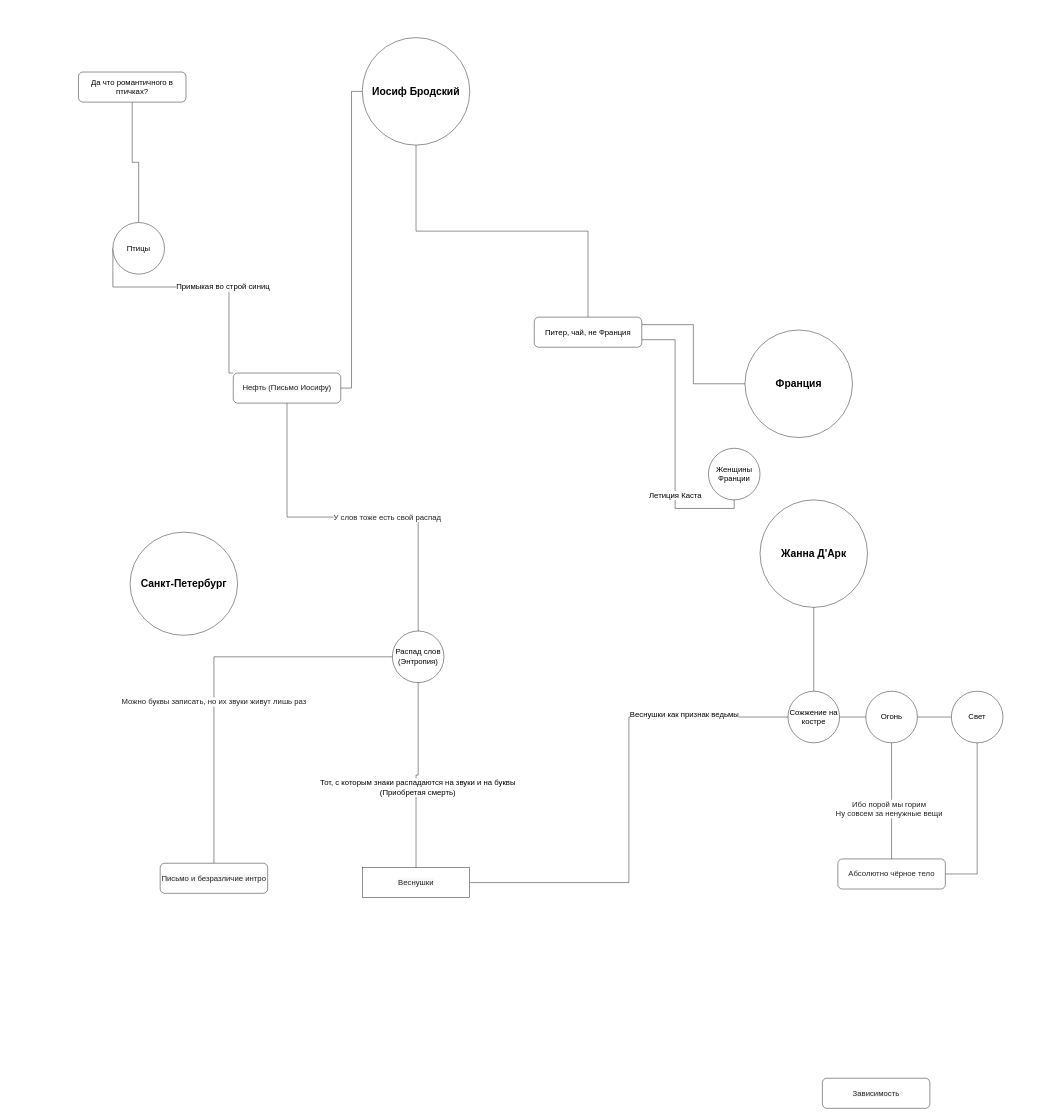
Earlier version of the draw.io diagram Untitled Diagram.drawio (RainDreamerX/pyrokinesis). Source tidied: cells renumbered, new cells numbered last; positions are measured from the earlier drawing's top-left corner, leaving out a move shared by most shapes. Both pictures are drawn from the tidied source at 43%, with x=0, y=0 at pixel (78, 37).
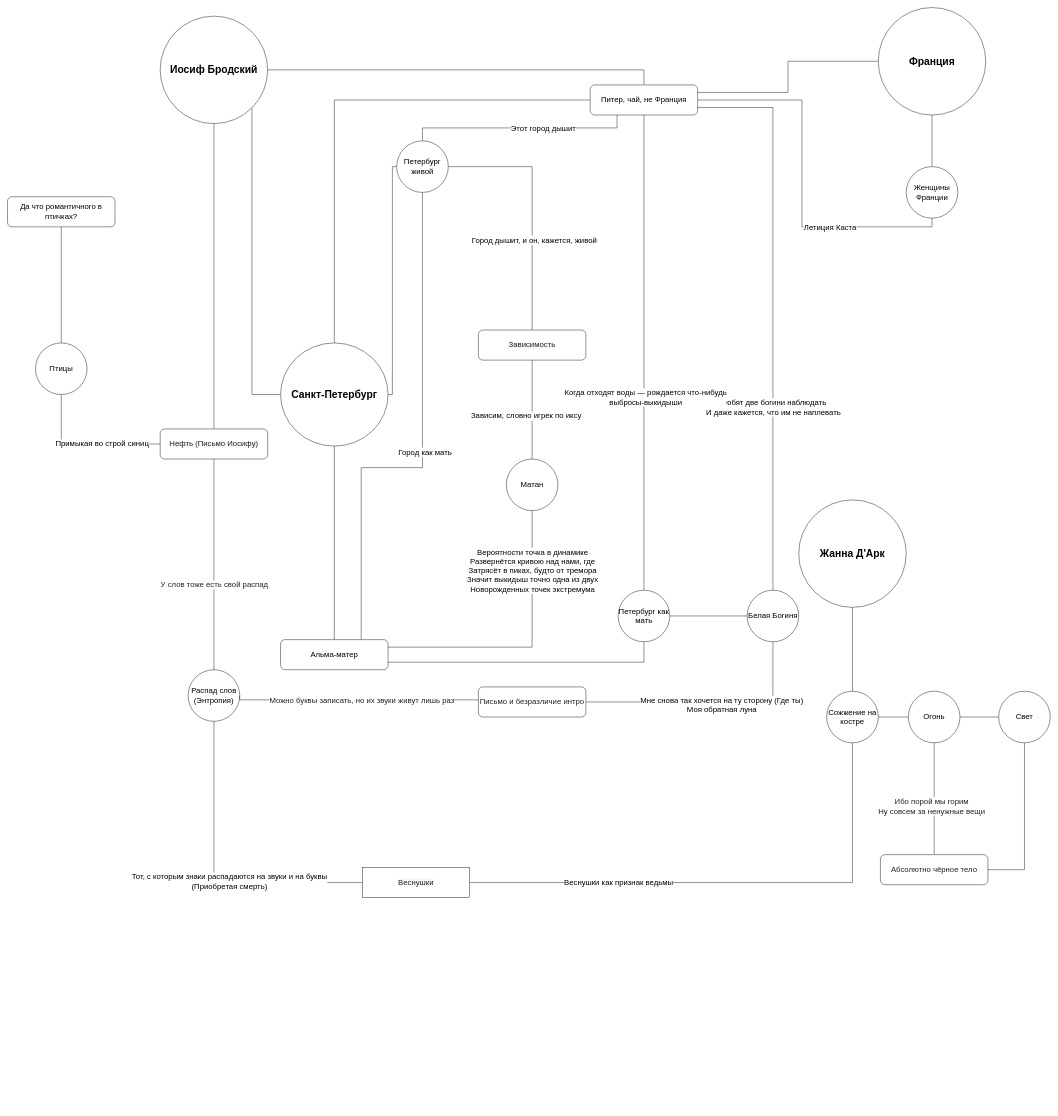
After the change.

The change refers to these unchanged cells:
```xml
<mxCell id="15" value="&lt;font size=&quot;1&quot;&gt;&lt;span style=&quot;color: rgb(34 , 34 , 34) ; font-family: &amp;#34;programme&amp;#34; , &amp;#34;arial&amp;#34; , sans-serif ; background-color: rgb(247 , 247 , 247) ; font-size: 18px&quot;&gt;Веснушки&lt;/span&gt;&lt;/font&gt;" style="rounded=1;whiteSpace=wrap;html=1;arcSize=0;" parent="1" vertex="1">
  <mxGeometry x="660" y="1930" width="250" height="70" as="geometry" />
</mxCell>
```

Diff of the diagram source:
```diff
@@
+    <mxCell id="41" style="edgeStyle=orthogonalEdgeStyle;rounded=0;jettySize=auto;html=1;entryX=0;entryY=0.5;entryDx=0;entryDy=0;endArrow=none;endFill=0;exitX=0.5;exitY=0;exitDx=0;exitDy=0;" parent="1" edge="1" source="2" target="39">
+      <mxGeometry relative="1" as="geometry" />
+    </mxCell>
+    <mxCell id="42" style="edgeStyle=orthogonalEdgeStyle;rounded=0;jettySize=auto;html=1;entryX=1;entryY=1;entryDx=0;entryDy=0;endArrow=none;endFill=0;" parent="1" edge="1" source="2" target="3">
+      <mxGeometry relative="1" as="geometry" />
+    </mxCell>
     <mxCell id="2" value="&lt;b&gt;&lt;font style=&quot;font-size: 24px&quot;&gt;Санкт-Петербург&lt;/font&gt;&lt;/b&gt;" style="ellipse;whiteSpace=wrap;html=1;" parent="1" vertex="1">
-      <mxGeometry x="120" y="1150" width="250" height="240" as="geometry" />
+      <mxGeometry x="470" y="710" width="250" height="240" as="geometry" />
     </mxCell>
     <mxCell id="3" value="&lt;b&gt;&lt;font style=&quot;font-size: 24px&quot;&gt;Иосиф Бродский&lt;/font&gt;&lt;/b&gt;" style="ellipse;whiteSpace=wrap;html=1;" parent="1" vertex="1">
-      <mxGeometry x="660" width="250" height="250" as="geometry" />
+      <mxGeometry x="190" y="-50" width="250" height="250" as="geometry" />
     </mxCell>
@@
     <mxCell id="5" value="&lt;b&gt;&lt;font style=&quot;font-size: 24px&quot;&gt;Франция&lt;/font&gt;&lt;/b&gt;" style="ellipse;whiteSpace=wrap;html=1;" parent="1" vertex="1">
-      <mxGeometry x="1550" y="680" width="250" height="250" as="geometry" />
+      <mxGeometry x="1860" y="-70" width="250" height="250" as="geometry" />
     </mxCell>
     <mxCell id="6" value="&lt;b&gt;&lt;font style=&quot;font-size: 24px&quot;&gt;Жанна Д'Арк&lt;/font&gt;&lt;/b&gt;" style="ellipse;whiteSpace=wrap;html=1;" parent="1" vertex="1">
-      <mxGeometry x="1585" y="1075" width="250" height="250" as="geometry" />
+      <mxGeometry x="1675" y="1075" width="250" height="250" as="geometry" />
     </mxCell>
     <mxCell id="7" value="&lt;font style=&quot;font-size: 18px&quot;&gt;Распад слов (Энтропия)&lt;/font&gt;" style="ellipse;whiteSpace=wrap;html=1;" parent="1" vertex="1">
-      <mxGeometry x="730" y="1380" width="120" height="120" as="geometry" />
+      <mxGeometry x="255" y="1470" width="120" height="120" as="geometry" />
     </mxCell>
-    <mxCell id="8" style="edgeStyle=orthogonalEdgeStyle;rounded=0;jettySize=auto;html=1;entryX=0;entryY=0.5;entryDx=0;entryDy=0;endArrow=none;endFill=0;exitX=0.5;exitY=0;exitDx=0;exitDy=0;" parent="1" edge="1" source="10" target="7">
-      <mxGeometry relative="1" as="geometry" />
+    <mxCell id="8" style="edgeStyle=orthogonalEdgeStyle;rounded=0;jettySize=auto;html=1;entryX=1;entryY=0.5;entryDx=0;entryDy=0;endArrow=none;endFill=0;exitX=0;exitY=0.5;exitDx=0;exitDy=0;" parent="1" edge="1" source="10" target="7">
+      <mxGeometry relative="1" as="geometry">
+        <Array as="points">
+          <mxPoint x="1040" y="1540" />
+          <mxPoint x="375" y="1540" />
+        </Array>
+      </mxGeometry>
     </mxCell>
     <mxCell id="9" value="&lt;span style=&quot;color: rgb(34 , 34 , 34) ; font-family: &amp;#34;programme&amp;#34; , &amp;#34;arial&amp;#34; , sans-serif ; font-size: 18px&quot;&gt;Можно буквы записать, но их звуки живут лишь раз&lt;/span&gt;" style="edgeLabel;html=1;align=center;verticalAlign=middle;" parent="8" vertex="1">
-      <mxGeometry x="-0.16" y="1" relative="1" as="geometry" />
+      <mxGeometry x="-0.16" y="1" relative="1" as="geometry">
+        <mxPoint x="-165" y="-1" as="offset" />
+      </mxGeometry>
     </mxCell>
+    <mxCell id="43" style="edgeStyle=orthogonalEdgeStyle;rounded=0;jettySize=auto;html=1;entryX=0.5;entryY=1;entryDx=0;entryDy=0;endArrow=none;endFill=0;" parent="1" edge="1" source="10" target="57">
+      <mxGeometry relative="1" as="geometry" />
+    </mxCell>
+    <mxCell id="44" value="&lt;div&gt;&lt;span style=&quot;font-size: 18px&quot;&gt;Мне снова так хочется на ту сторону (Где ты)&lt;/span&gt;&lt;/div&gt;&lt;div&gt;&lt;span style=&quot;font-size: 18px&quot;&gt;Моя обратная луна&lt;/span&gt;&lt;/div&gt;" style="edgeLabel;html=1;align=center;verticalAlign=middle;" parent="43" vertex="1">
+      <mxGeometry x="0.1" y="-6" relative="1" as="geometry">
+        <mxPoint x="-1" as="offset" />
+      </mxGeometry>
+    </mxCell>
-    <mxCell id="10" value="&lt;font size=&quot;1&quot;&gt;&lt;span style=&quot;color: rgb(34 , 34 , 34) ; font-family: &amp;#34;programme&amp;#34; , &amp;#34;arial&amp;#34; , sans-serif ; background-color: rgb(247 , 247 , 247) ; font-size: 18px&quot;&gt;Письмо и безразличие интро&lt;/span&gt;&lt;/font&gt;" style="rounded=1;whiteSpace=wrap;html=1;" parent="1" vertex="1">
-      <mxGeometry x="190" y="1920" width="250" height="70" as="geometry" />
+    <mxCell id="10" value="&lt;font size=&quot;1&quot;&gt;&lt;span style=&quot;color: rgb(34 , 34 , 34) ; font-family: &amp;#34;programme&amp;#34; , &amp;#34;arial&amp;#34; , sans-serif ; font-size: 18px ; background-color: rgb(255 , 255 , 255)&quot;&gt;Письмо и безразличие интро&lt;/span&gt;&lt;/font&gt;" style="rounded=1;whiteSpace=wrap;html=1;" parent="1" vertex="1">
+      <mxGeometry x="930" y="1510" width="250" height="70" as="geometry" />
     </mxCell>
-    <mxCell id="11" style="edgeStyle=orthogonalEdgeStyle;rounded=0;jettySize=auto;html=1;exitX=0.5;exitY=0;exitDx=0;exitDy=0;endArrow=none;endFill=0;" parent="1" edge="1" source="15" target="7">
+    <mxCell id="11" style="edgeStyle=orthogonalEdgeStyle;rounded=0;jettySize=auto;html=1;exitX=0;exitY=0.5;exitDx=0;exitDy=0;endArrow=none;endFill=0;" parent="1" edge="1" source="15" target="7">
       <mxGeometry relative="1" as="geometry" />
     </mxCell>
@@
-    <mxCell id="13" style="edgeStyle=orthogonalEdgeStyle;rounded=0;jettySize=auto;html=1;entryX=0.5;entryY=1;entryDx=0;entryDy=0;endArrow=none;endFill=0;" parent="1" edge="1" source="15" target="30">
+    <mxCell id="13" style="edgeStyle=orthogonalEdgeStyle;rounded=0;jettySize=auto;html=1;entryX=1;entryY=0.5;entryDx=0;entryDy=0;endArrow=none;endFill=0;" parent="1" edge="1" source="15" target="30">
       <mxGeometry relative="1" as="geometry" />
     </mxCell>
-    <mxCell id="14" value="&lt;font style=&quot;font-size: 18px&quot;&gt;Веснушки как признак ведьмы&lt;/font&gt;" style="edgeLabel;html=1;align=center;verticalAlign=middle;" parent="13" vertex="1">
-      <mxGeometry x="0.57" y="6" relative="1" as="geometry">
-        <mxPoint y="-1" as="offset" />
+    <mxCell id="14" value="&lt;span style=&quot;font-size: 18px&quot;&gt;Веснушки как признак ведьмы&lt;/span&gt;" style="edgeLabel;html=1;align=center;verticalAlign=middle;" parent="13" vertex="1">
+      <mxGeometry x="-0.43" y="-4" relative="1" as="geometry">
+        <mxPoint x="-1" y="-4" as="offset" />
       </mxGeometry>
     </mxCell>
@@
     <mxCell id="19" value="&lt;font color=&quot;#222222&quot; face=&quot;programme, arial, sans-serif&quot; style=&quot;font-size: 18px&quot;&gt;Абсолютно чёрное тело&lt;/font&gt;" style="rounded=1;whiteSpace=wrap;html=1;" parent="1" vertex="1">
-      <mxGeometry x="1766" y="1910" width="250" height="70" as="geometry" />
+      <mxGeometry x="1865" y="1900" width="250" height="70" as="geometry" />
     </mxCell>
+    <mxCell id="45" style="edgeStyle=orthogonalEdgeStyle;rounded=0;jettySize=auto;html=1;entryX=0;entryY=0.5;entryDx=0;entryDy=0;endArrow=none;endFill=0;" parent="1" edge="1" source="20" target="64">
+      <mxGeometry relative="1" as="geometry" />
+    </mxCell>
+    <mxCell id="46" value="&lt;font style=&quot;font-size: 18px&quot;&gt;Зависим, словно игрек по иксу&lt;/font&gt;" style="edgeLabel;html=1;align=center;verticalAlign=middle;" parent="45" vertex="1">
+      <mxGeometry x="0.13" y="-1" relative="1" as="geometry">
+        <mxPoint x="-14" y="-1" as="offset" />
+      </mxGeometry>
+    </mxCell>
+    <mxCell id="47" style="edgeStyle=orthogonalEdgeStyle;rounded=0;jettySize=auto;html=1;entryX=1;entryY=0.5;entryDx=0;entryDy=0;endArrow=none;endFill=0;exitX=0.5;exitY=0;exitDx=0;exitDy=0;" parent="1" edge="1" source="20" target="68">
+      <mxGeometry relative="1" as="geometry" />
+    </mxCell>
+    <mxCell id="48" value="&lt;font style=&quot;font-size: 18px&quot;&gt;Город дышит, и он, кажется, живой&lt;/font&gt;" style="edgeLabel;html=1;align=center;verticalAlign=middle;" parent="47" vertex="1">
+      <mxGeometry x="0.58" y="6" relative="1" as="geometry">
+        <mxPoint x="78.3" y="164" as="offset" />
+      </mxGeometry>
+    </mxCell>
     <mxCell id="20" value="&lt;font color=&quot;#222222&quot; face=&quot;programme, arial, sans-serif&quot;&gt;&lt;span style=&quot;background-color: rgb(247 , 247 , 247)&quot;&gt;&lt;font style=&quot;font-size: 18px&quot;&gt;Зависимость&lt;/font&gt;&lt;br&gt;&lt;/span&gt;&lt;/font&gt;" style="rounded=1;whiteSpace=wrap;html=1;" parent="1" vertex="1">
-      <mxGeometry x="1730" y="2420" width="250" height="70" as="geometry" />
+      <mxGeometry x="930" y="680" width="250" height="70" as="geometry" />
     </mxCell>
@@
     <mxCell id="22" value="&lt;font style=&quot;font-size: 18px&quot;&gt;Да что романтичного в птичках?&lt;/font&gt;" style="rounded=1;whiteSpace=wrap;html=1;" parent="1" vertex="1">
-      <mxGeometry y="80" width="250" height="70" as="geometry" />
+      <mxGeometry x="-165" y="370" width="250" height="70" as="geometry" />
     </mxCell>
@@
-    <mxCell id="25" style="edgeStyle=orthogonalEdgeStyle;rounded=0;jettySize=auto;html=1;exitX=1;exitY=0.5;exitDx=0;exitDy=0;entryX=0;entryY=0.5;entryDx=0;entryDy=0;endArrow=none;endFill=0;" parent="1" edge="1" source="26" target="3">
+    <mxCell id="25" style="edgeStyle=orthogonalEdgeStyle;rounded=0;jettySize=auto;html=1;exitX=0.5;exitY=0;exitDx=0;exitDy=0;entryX=0.5;entryY=1;entryDx=0;entryDy=0;endArrow=none;endFill=0;" parent="1" edge="1" source="26" target="3">
       <mxGeometry relative="1" as="geometry" />
     </mxCell>
     <mxCell id="26" value="&lt;font color=&quot;#222222&quot; face=&quot;programme, arial, sans-serif&quot;&gt;&lt;span style=&quot;background-color: rgb(247 , 247 , 247)&quot;&gt;&lt;font style=&quot;font-size: 18px&quot;&gt;Нефть (Письмо Иосифу)&lt;/font&gt;&lt;br&gt;&lt;/span&gt;&lt;/font&gt;" style="rounded=1;whiteSpace=wrap;html=1;" parent="1" vertex="1">
-      <mxGeometry x="360" y="780" width="250" height="70" as="geometry" />
+      <mxGeometry x="190" y="910" width="250" height="70" as="geometry" />
     </mxCell>
-    <mxCell id="27" style="edgeStyle=orthogonalEdgeStyle;rounded=0;jettySize=auto;html=1;entryX=0.5;entryY=1;entryDx=0;entryDy=0;endArrow=none;endFill=0;exitX=0.5;exitY=0;exitDx=0;exitDy=0;" parent="1" edge="1" source="39" target="3">
+    <mxCell id="27" style="edgeStyle=orthogonalEdgeStyle;rounded=0;jettySize=auto;html=1;entryX=1;entryY=0.5;entryDx=0;entryDy=0;endArrow=none;endFill=0;exitX=0.5;exitY=0;exitDx=0;exitDy=0;" parent="1" edge="1" source="39" target="3">
       <mxGeometry relative="1" as="geometry" />
     </mxCell>
@@
     <mxCell id="30" value="&lt;span style=&quot;font-size: 18px&quot;&gt;Сожжение на костре&lt;/span&gt;" style="ellipse;whiteSpace=wrap;html=1;direction=south;" parent="1" vertex="1">
-      <mxGeometry x="1650" y="1520" width="120" height="120" as="geometry" />
+      <mxGeometry x="1740" y="1520" width="120" height="120" as="geometry" />
     </mxCell>
-    <mxCell id="31" style="edgeStyle=orthogonalEdgeStyle;rounded=0;jettySize=auto;html=1;entryX=0;entryY=0;entryDx=0;entryDy=0;endArrow=none;endFill=0;exitX=0;exitY=0.5;exitDx=0;exitDy=0;" parent="1" edge="1" source="33" target="26">
+    <mxCell id="31" style="edgeStyle=orthogonalEdgeStyle;rounded=0;jettySize=auto;html=1;entryX=0;entryY=0.5;entryDx=0;entryDy=0;endArrow=none;endFill=0;exitX=0.5;exitY=1;exitDx=0;exitDy=0;" parent="1" edge="1" source="33" target="26">
       <mxGeometry relative="1" as="geometry">
         <Array as="points">
-          <mxPoint x="350" y="580" />
+          <mxPoint x="-40" y="945" />
         </Array>
       </mxGeometry>
     </mxCell>
@@
     <mxCell id="33" value="&lt;span style=&quot;font-size: 18px&quot;&gt;Птицы&lt;/span&gt;" style="ellipse;whiteSpace=wrap;html=1;" parent="1" vertex="1">
-      <mxGeometry x="80" y="430" width="120" height="120" as="geometry" />
+      <mxGeometry x="-100" y="710" width="120" height="120" as="geometry" />
     </mxCell>
@@
     <mxCell id="35" value="&lt;span style=&quot;font-size: 18px&quot;&gt;Огонь&lt;/span&gt;" style="ellipse;whiteSpace=wrap;html=1;direction=south;" parent="1" vertex="1">
-      <mxGeometry x="1831" y="1520" width="120" height="120" as="geometry" />
+      <mxGeometry x="1930" y="1520" width="120" height="120" as="geometry" />
     </mxCell>
     <mxCell id="36" value="&lt;span style=&quot;font-size: 18px&quot;&gt;Свет&lt;/span&gt;" style="ellipse;whiteSpace=wrap;html=1;direction=south;" parent="1" vertex="1">
-      <mxGeometry x="2030" y="1520" width="120" height="120" as="geometry" />
+      <mxGeometry x="2140" y="1520" width="120" height="120" as="geometry" />
     </mxCell>
-    <mxCell id="37" style="edgeStyle=orthogonalEdgeStyle;rounded=0;jettySize=auto;html=1;entryX=0.5;entryY=1;entryDx=0;entryDy=0;endArrow=none;endFill=0;exitX=1;exitY=0.75;exitDx=0;exitDy=0;" parent="1" edge="1" source="39" target="40">
+    <mxCell id="37" style="edgeStyle=orthogonalEdgeStyle;rounded=0;jettySize=auto;html=1;entryX=0.5;entryY=1;entryDx=0;entryDy=0;endArrow=none;endFill=0;exitX=1;exitY=0.5;exitDx=0;exitDy=0;" parent="1" edge="1" source="39" target="40">
       <mxGeometry relative="1" as="geometry" />
     </mxCell>
@@
+    <mxCell id="49" style="edgeStyle=orthogonalEdgeStyle;rounded=0;jettySize=auto;html=1;endArrow=none;endFill=0;exitX=1;exitY=0.75;exitDx=0;exitDy=0;" parent="1" edge="1" source="39" target="57">
+      <mxGeometry relative="1" as="geometry" />
+    </mxCell>
+    <mxCell id="50" value="&lt;div style=&quot;font-size: 18px&quot;&gt;&lt;font style=&quot;font-size: 18px&quot;&gt;Любят две богини наблюдать&lt;/font&gt;&lt;/div&gt;&lt;div style=&quot;font-size: 18px&quot;&gt;&lt;font style=&quot;font-size: 18px&quot;&gt;И даже кажется, что им не наплевать&lt;/font&gt;&lt;/div&gt;" style="edgeLabel;html=1;align=center;verticalAlign=middle;" parent="49" vertex="1">
+      <mxGeometry x="-0.16" relative="1" as="geometry">
+        <mxPoint y="327" as="offset" />
+      </mxGeometry>
+    </mxCell>
     <mxCell id="39" value="&lt;span style=&quot;font-size: 18px&quot;&gt;Питер, чай, не Франция&lt;/span&gt;" style="rounded=1;whiteSpace=wrap;html=1;" parent="1" vertex="1">
-      <mxGeometry x="1060" y="650" width="250" height="70" as="geometry" />
+      <mxGeometry x="1190" y="110" width="250" height="70" as="geometry" />
     </mxCell>
+    <mxCell id="51" style="edgeStyle=orthogonalEdgeStyle;rounded=0;jettySize=auto;html=1;endArrow=none;endFill=0;" parent="1" edge="1" source="40" target="5">
+      <mxGeometry relative="1" as="geometry" />
+    </mxCell>
     <mxCell id="40" value="&lt;span style=&quot;font-size: 18px&quot;&gt;Женщины Франции&lt;/span&gt;" style="ellipse;whiteSpace=wrap;html=1;" parent="1" vertex="1">
-      <mxGeometry x="1465" y="955" width="120" height="120" as="geometry" />
+      <mxGeometry x="1925" y="300" width="120" height="120" as="geometry" />
     </mxCell>
+    <mxCell id="52" style="edgeStyle=orthogonalEdgeStyle;rounded=0;jettySize=auto;html=1;entryX=0.5;entryY=1;entryDx=0;entryDy=0;endArrow=none;endFill=0;" parent="1" edge="1" source="56" target="39">
+      <mxGeometry relative="1" as="geometry" />
+    </mxCell>
+    <mxCell id="53" value="&lt;div style=&quot;font-size: 18px&quot;&gt;&lt;font style=&quot;font-size: 18px&quot;&gt;Когда отходят воды — рождается что-нибудь&lt;br&gt;выбросы-выкидыши&lt;/font&gt;&lt;/div&gt;" style="edgeLabel;html=1;align=center;verticalAlign=middle;" parent="52" vertex="1">
+      <mxGeometry x="-0.19" y="-3" relative="1" as="geometry">
+        <mxPoint y="-1" as="offset" />
+      </mxGeometry>
+    </mxCell>
+    <mxCell id="54" style="edgeStyle=orthogonalEdgeStyle;rounded=0;jettySize=auto;html=1;entryX=1;entryY=0.75;entryDx=0;entryDy=0;endArrow=none;endFill=0;" parent="1" edge="1" source="56" target="63">
+      <mxGeometry relative="1" as="geometry">
+        <Array as="points">
+          <mxPoint x="1315" y="1453" />
+        </Array>
+      </mxGeometry>
+    </mxCell>
+    <mxCell id="55" style="edgeStyle=orthogonalEdgeStyle;rounded=0;jettySize=auto;html=1;entryX=0;entryY=0.5;entryDx=0;entryDy=0;endArrow=none;endFill=0;exitX=1;exitY=0.5;exitDx=0;exitDy=0;" parent="1" edge="1" source="56" target="57">
+      <mxGeometry relative="1" as="geometry">
+        <Array as="points">
+          <mxPoint x="1430" y="1345" />
+        </Array>
+      </mxGeometry>
+    </mxCell>
+    <mxCell id="56" value="&lt;font style=&quot;font-size: 18px&quot;&gt;Петербург как мать&lt;/font&gt;" style="ellipse;whiteSpace=wrap;html=1;" parent="1" vertex="1">
+      <mxGeometry x="1255" y="1285" width="120" height="120" as="geometry" />
+    </mxCell>
+    <mxCell id="57" value="&lt;span style=&quot;font-size: 18px&quot;&gt;Белая Богиня&lt;/span&gt;" style="ellipse;whiteSpace=wrap;html=1;" parent="1" vertex="1">
+      <mxGeometry x="1555" y="1285" width="120" height="120" as="geometry" />
+    </mxCell>
+    <mxCell id="58" style="edgeStyle=orthogonalEdgeStyle;rounded=0;jettySize=auto;html=1;entryX=0.5;entryY=1;entryDx=0;entryDy=0;endArrow=none;endFill=0;" parent="1" edge="1" source="63" target="2">
+      <mxGeometry relative="1" as="geometry" />
+    </mxCell>
+    <mxCell id="59" style="edgeStyle=orthogonalEdgeStyle;rounded=0;jettySize=auto;html=1;entryX=0.5;entryY=1;entryDx=0;entryDy=0;endArrow=none;endFill=0;exitX=0.75;exitY=0;exitDx=0;exitDy=0;" parent="1" edge="1" source="63" target="68">
+      <mxGeometry relative="1" as="geometry">
+        <Array as="points">
+          <mxPoint x="658" y="1000" />
+          <mxPoint x="800" y="1000" />
+        </Array>
+      </mxGeometry>
+    </mxCell>
+    <mxCell id="60" value="&lt;span style=&quot;font-size: 18px&quot;&gt;Город как мать&lt;/span&gt;" style="edgeLabel;html=1;align=center;verticalAlign=middle;" parent="59" vertex="1">
+      <mxGeometry x="-0.02" y="1" relative="1" as="geometry">
+        <mxPoint x="6.3" as="offset" />
+      </mxGeometry>
+    </mxCell>
+    <mxCell id="61" style="edgeStyle=orthogonalEdgeStyle;rounded=0;jettySize=auto;html=1;endArrow=none;endFill=0;exitX=1;exitY=0.25;exitDx=0;exitDy=0;" parent="1" edge="1" source="63" target="64">
+      <mxGeometry relative="1" as="geometry" />
+    </mxCell>
+    <mxCell id="62" value="&lt;div style=&quot;font-size: 18px&quot;&gt;&lt;font style=&quot;font-size: 18px&quot;&gt;Вероятности точка в динамике&lt;/font&gt;&lt;/div&gt;&lt;div style=&quot;font-size: 18px&quot;&gt;&lt;font style=&quot;font-size: 18px&quot;&gt;Развернётся кривою над нами, где&lt;/font&gt;&lt;/div&gt;&lt;div style=&quot;font-size: 18px&quot;&gt;&lt;font style=&quot;font-size: 18px&quot;&gt;Затрясёт в пиках, будто от тремора&lt;/font&gt;&lt;/div&gt;&lt;div style=&quot;font-size: 18px&quot;&gt;&lt;font style=&quot;font-size: 18px&quot;&gt;Значит выкидыш точно одна из двух&lt;/font&gt;&lt;/div&gt;&lt;div style=&quot;font-size: 18px&quot;&gt;&lt;font style=&quot;font-size: 18px&quot;&gt;Новорожденных точек экстремума&lt;/font&gt;&lt;/div&gt;" style="edgeLabel;html=1;align=center;verticalAlign=middle;" parent="61" vertex="1">
+      <mxGeometry x="0.76" y="3" relative="1" as="geometry">
+        <mxPoint x="3" y="60.8" as="offset" />
+      </mxGeometry>
+    </mxCell>
+    <mxCell id="63" value="&lt;span style=&quot;font-size: 18px&quot;&gt;Альма-матер&lt;br&gt;&lt;/span&gt;" style="rounded=1;whiteSpace=wrap;html=1;" parent="1" vertex="1">
+      <mxGeometry x="470" y="1400" width="250" height="70" as="geometry" />
+    </mxCell>
+    <mxCell id="64" value="&lt;span style=&quot;font-size: 18px&quot;&gt;Матан&lt;/span&gt;" style="ellipse;whiteSpace=wrap;html=1;direction=south;" parent="1" vertex="1">
+      <mxGeometry x="995" y="980" width="120" height="120" as="geometry" />
+    </mxCell>
+    <mxCell id="65" style="edgeStyle=orthogonalEdgeStyle;rounded=0;jettySize=auto;html=1;entryX=0.25;entryY=1;entryDx=0;entryDy=0;endArrow=none;endFill=0;exitX=0.5;exitY=0;exitDx=0;exitDy=0;" parent="1" edge="1" source="68" target="39">
+      <mxGeometry relative="1" as="geometry">
+        <Array as="points">
+          <mxPoint x="800" y="210" />
+          <mxPoint x="1253" y="210" />
+        </Array>
+      </mxGeometry>
+    </mxCell>
+    <mxCell id="66" value="&lt;font style=&quot;font-size: 18px&quot;&gt;Этот город дышит&lt;/font&gt;" style="edgeLabel;html=1;align=center;verticalAlign=middle;" parent="65" vertex="1">
+      <mxGeometry x="-0.71" y="1" relative="1" as="geometry">
+        <mxPoint x="236" y="1" as="offset" />
+      </mxGeometry>
+    </mxCell>
+    <mxCell id="67" style="edgeStyle=orthogonalEdgeStyle;rounded=0;jettySize=auto;html=1;entryX=1;entryY=0.5;entryDx=0;entryDy=0;endArrow=none;endFill=0;" parent="1" edge="1" source="68" target="2">
+      <mxGeometry relative="1" as="geometry">
+        <Array as="points">
+          <mxPoint x="730" y="300" />
+          <mxPoint x="730" y="830" />
+        </Array>
+      </mxGeometry>
+    </mxCell>
+    <mxCell id="68" value="&lt;span style=&quot;font-size: 18px&quot;&gt;Петербург живой&lt;/span&gt;" style="ellipse;whiteSpace=wrap;html=1;" parent="1" vertex="1">
+      <mxGeometry x="740" y="240" width="120" height="120" as="geometry" />
+    </mxCell>
```
